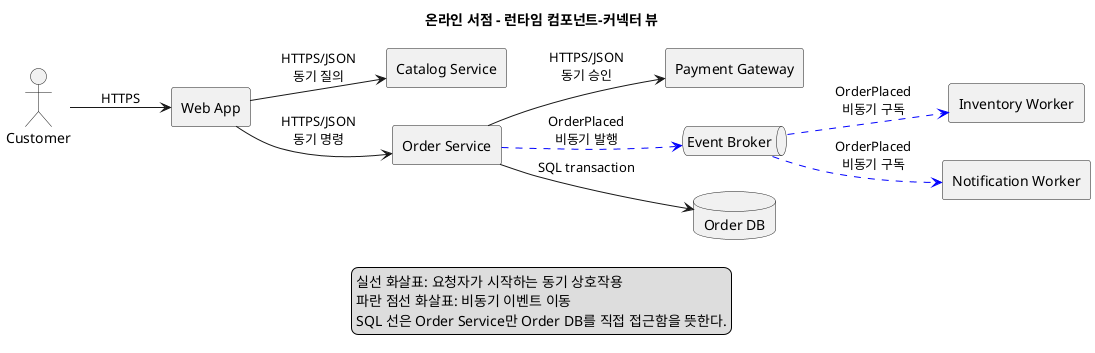
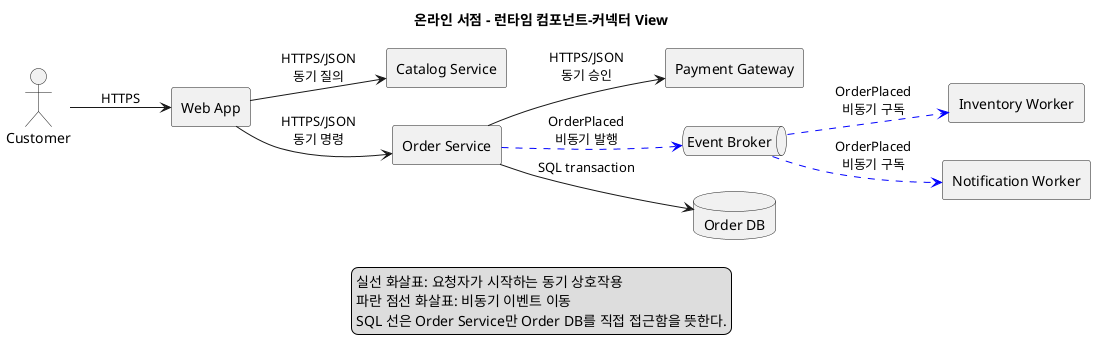
@startuml
- title 온라인 서점 - 런타임 컴포넌트-커넥터 뷰
+ title 온라인 서점 - 런타임 컴포넌트-커넥터 View
left to right direction
skinparam componentStyle rectangle

actor Customer
component "Web App" as web
component "Catalog Service" as catalog
component "Order Service" as order
component "Payment Gateway" as payment
queue "Event Broker" as broker
component "Inventory Worker" as inventory
component "Notification Worker" as notification
database "Order DB" as orderDb

Customer --> web : HTTPS
web --> catalog : HTTPS/JSON\n동기 질의
web --> order : HTTPS/JSON\n동기 명령
order --> payment : HTTPS/JSON\n동기 승인
order --> orderDb : SQL transaction
order -[#blue,dashed]-> broker : OrderPlaced\n비동기 발행
broker -[#blue,dashed]-> inventory : OrderPlaced\n비동기 구독
broker -[#blue,dashed]-> notification : OrderPlaced\n비동기 구독

legend bottom
  실선 화살표: 요청자가 시작하는 동기 상호작용
  파란 점선 화살표: 비동기 이벤트 이동
  SQL 선은 Order Service만 Order DB를 직접 접근함을 뜻한다.
endlegend
@enduml
